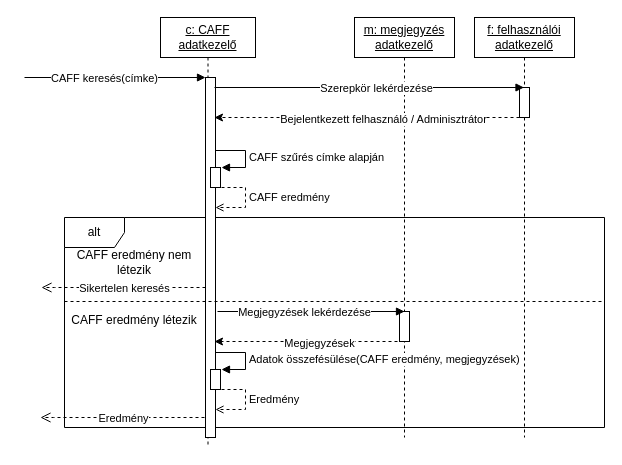
This is doc/editable_files/search_seq.drawio from amadehegedus/cool, a draw.io file, before an edit. Source tidied: cells renumbered, new cells numbered last; positions are measured from the earlier drawing's top-left corner, leaving out a move shared by most shapes. Both pictures are drawn from the tidied source at 100%, with x=0, y=0 at pixel (24, 17).
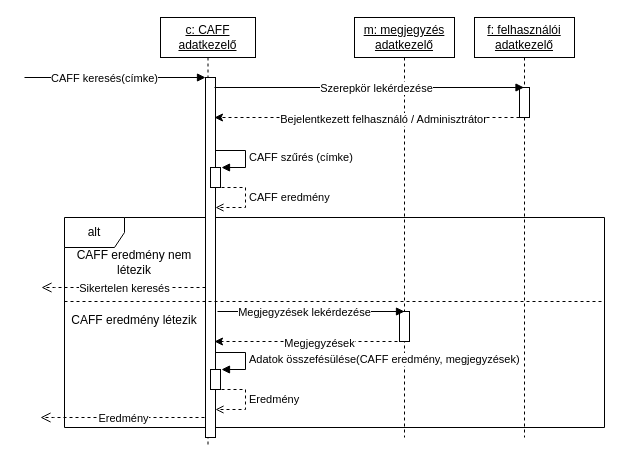
The same diagram, later.

Unchanged cells that the change refers to:
```xml
<mxCell id="9" value="&lt;u&gt;c: CAFF&lt;br&gt;adatkezelő&lt;br&gt;&lt;/u&gt;" style="shape=umlLifeline;perimeter=lifelinePerimeter;whiteSpace=wrap;html=1;" parent="1" vertex="1">
  <mxGeometry x="136" width="95" height="430" as="geometry" />
</mxCell>
```

Diff of the diagram source:
```diff
@@
-    <mxCell id="13" value="CAFF szűrés címke alapján" style="edgeStyle=orthogonalEdgeStyle;html=1;align=left;spacingLeft=2;endArrow=block;rounded=0;" parent="9" edge="1">
+    <mxCell id="13" value="CAFF szűrés (címke)" style="edgeStyle=orthogonalEdgeStyle;html=1;align=left;spacingLeft=2;endArrow=block;rounded=0;" parent="9" edge="1">
       <mxGeometry x="0.04" relative="1" as="geometry">
         <mxPoint x="55" y="133" as="sourcePoint" />
         <mxPoint x="61" y="150" as="targetPoint" />
         <Array as="points">
           <mxPoint x="85" y="133" />
           <mxPoint x="85" y="150" />
           <mxPoint x="61" y="150" />
         </Array>
       </mxGeometry>
     </mxCell>
```
